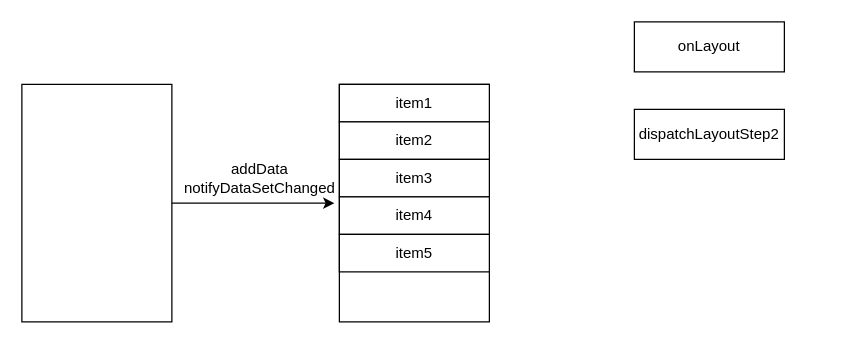
Earlier version of the draw.io diagram RecycleView.drawio (Eanam/PointlessDiagram). Source tidied: cells renumbered, new cells numbered last; positions are measured from the earlier drawing's top-left corner, leaving out a move shared by most shapes. Both pictures are drawn from the tidied source at 125%, with x=0, y=0 at pixel (21, 21).
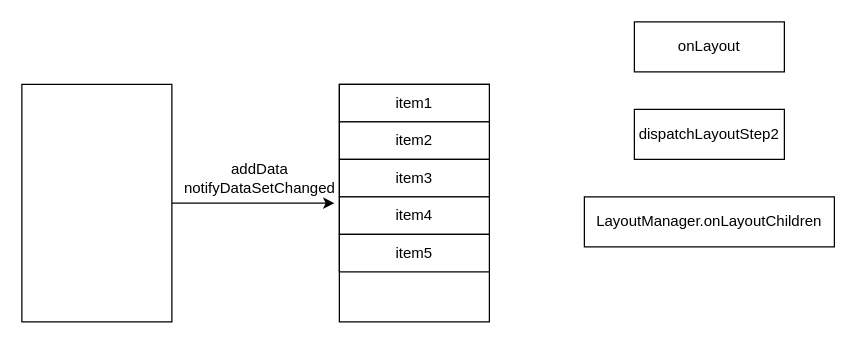
The same page after the edit.

Diff of the diagram source:
```diff
@@
 <mxGraphModel>
   <root>
     <mxCell id="0" />
     <mxCell id="1" parent="0" />
     <mxCell id="2" style="rounded=0;whiteSpace=wrap;html=1;" parent="1" vertex="1">
       <mxGeometry y="50" width="120" height="190" as="geometry" />
     </mxCell>
     <mxCell id="3" style="rounded=0;whiteSpace=wrap;html=1;" parent="1" vertex="1">
       <mxGeometry x="254" y="50" width="120" height="190" as="geometry" />
     </mxCell>
     <mxCell id="4" value="item1" style="rounded=0;whiteSpace=wrap;html=1;" parent="1" vertex="1">
       <mxGeometry x="254" y="50" width="120" height="30" as="geometry" />
     </mxCell>
     <mxCell id="5" value="item2" style="rounded=0;whiteSpace=wrap;html=1;" parent="1" vertex="1">
       <mxGeometry x="254" y="80" width="120" height="30" as="geometry" />
     </mxCell>
     <mxCell id="6" value="item3" style="rounded=0;whiteSpace=wrap;html=1;" parent="1" vertex="1">
       <mxGeometry x="254" y="110" width="120" height="30" as="geometry" />
     </mxCell>
     <mxCell id="7" value="item4" style="rounded=0;whiteSpace=wrap;html=1;" parent="1" vertex="1">
       <mxGeometry x="254" y="140" width="120" height="30" as="geometry" />
     </mxCell>
     <mxCell id="8" value="item5" style="rounded=0;whiteSpace=wrap;html=1;" parent="1" vertex="1">
       <mxGeometry x="254" y="170" width="120" height="30" as="geometry" />
     </mxCell>
     <mxCell id="9" style="endArrow=classic;html=1;exitX=1;exitY=0.5;exitDx=0;exitDy=0;" parent="1" edge="1" source="2">
       <mxGeometry relative="1" as="geometry">
         <mxPoint x="250" y="145" as="targetPoint" />
       </mxGeometry>
     </mxCell>
     <mxCell id="10" value="addData&lt;br&gt;notifyDataSetChanged" style="text;html=1;align=center;verticalAlign=middle;strokeColor=none;" parent="1" vertex="1">
       <mxGeometry x="120" y="110" width="140" height="30" as="geometry" />
     </mxCell>
     <mxCell id="11" value="onLayout" style="rounded=0;whiteSpace=wrap;html=1;" parent="1" vertex="1">
       <mxGeometry x="490" width="120" height="40" as="geometry" />
     </mxCell>
     <mxCell id="12" value="dispatchLayoutStep2" style="rounded=0;whiteSpace=wrap;html=1;" parent="1" vertex="1">
       <mxGeometry x="490" y="70" width="120" height="40" as="geometry" />
     </mxCell>
+    <mxCell id="13" value="LayoutManager.onLayoutChildren" style="rounded=0;whiteSpace=wrap;html=1;" parent="1" vertex="1">
+      <mxGeometry x="450" y="140" width="200" height="40" as="geometry" />
+    </mxCell>
   </root>
 </mxGraphModel>
```
